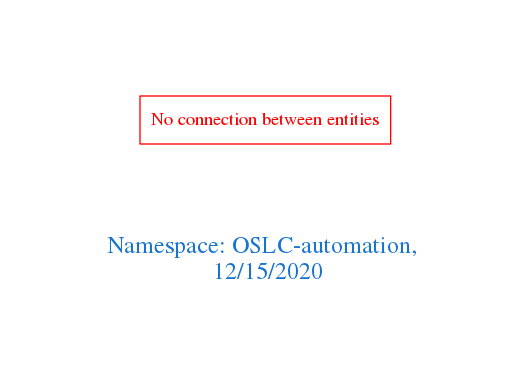
Before: downloads/OSLC-automation.png, a diagram exported from Graphviz (arago/OGIT). Its source is kept beside it as downloads/OSLC-automation.dot.
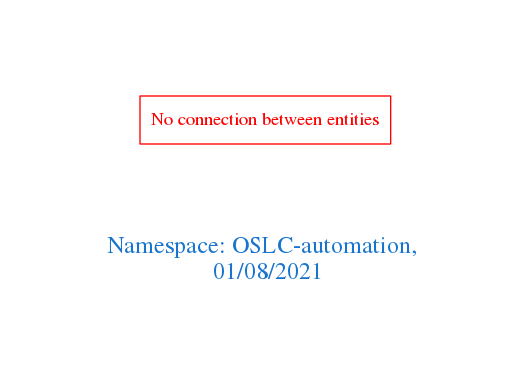
After the change.

Diff of the diagram source:
```diff
@@ -1,7 +1,7 @@
 digraph OGIT_ontology {
  graph [ rankdir= LR,pad=1
 fontsize = 18,
-fontcolor= dodgerblue3,label = "\n\n\nNamespace: OSLC-automation, \n 12/15/2020"];
+fontcolor= dodgerblue3,label = "\n\n\nNamespace: OSLC-automation, \n 01/08/2021"];
 node[shape=polygon];
 edge [  color="gray81"];
 
```
